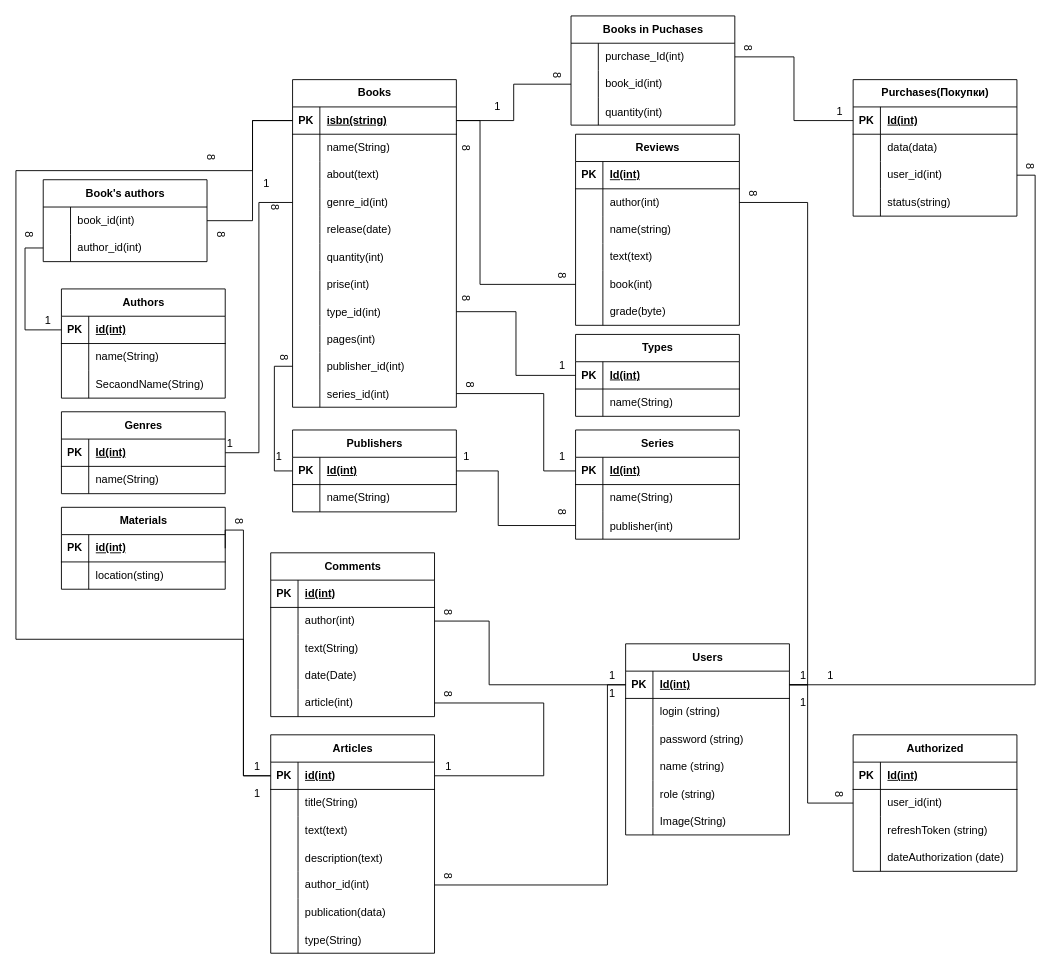
The draw.io diagram BooklandDB.drawio in Edinorozka/BooklandJava, before the edit. Source tidied: cells renumbered, new cells numbered last; positions are measured from the earlier drawing's top-left corner, leaving out a move shared by most shapes. Both pictures are drawn from the tidied source at 91%, with x=0, y=0 at pixel (15, 15).
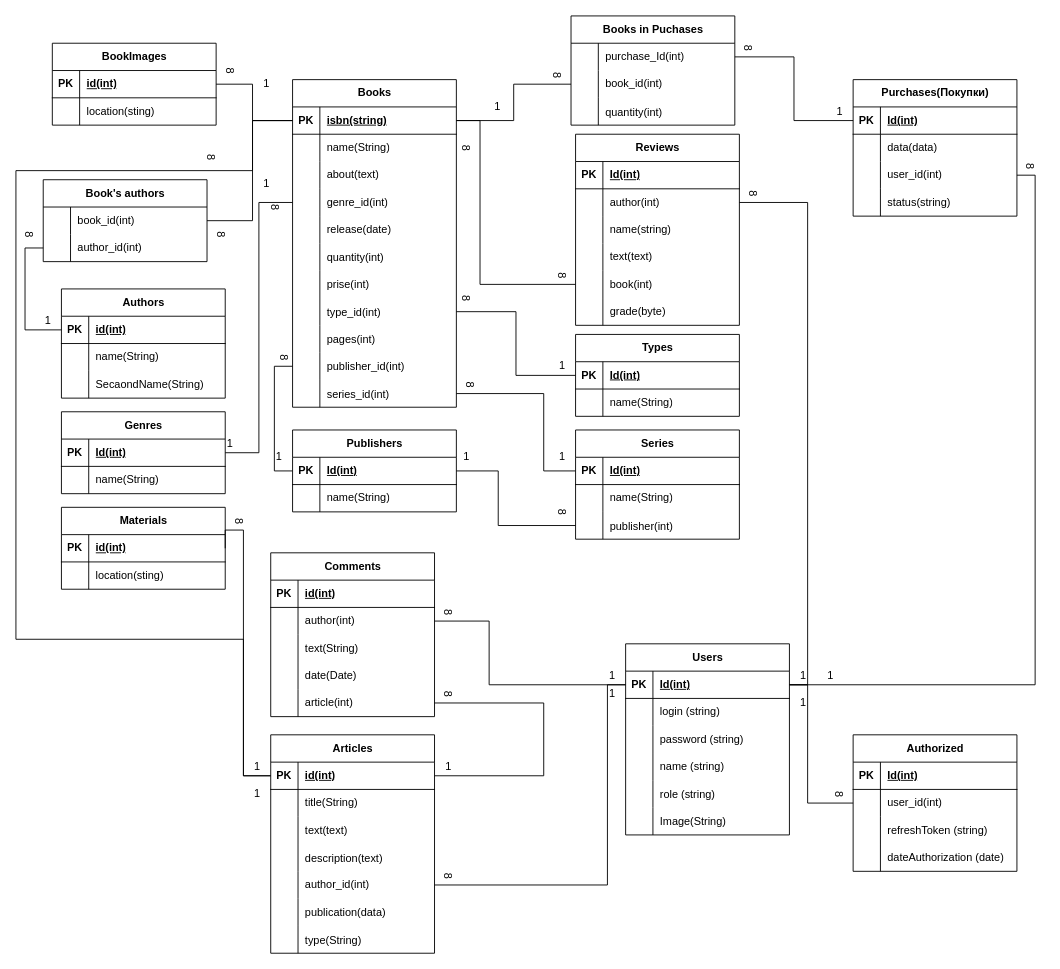
The same page after the edit.

The change refers to these unchanged cells:
```xml
<mxCell id="22" style="shape=tableRow;horizontal=0;startSize=0;swimlaneHead=0;swimlaneBody=0;fillColor=none;points=[[0,0.5],[1,0.5]];portConstraint=eastwest;top=0;left=0;right=0;bottom=1;" parent="21" vertex="1">
  <mxGeometry y="30" width="180" height="30" as="geometry" />
</mxCell>
```

What changed in the source:
```diff
@@
+    <mxCell id="257" value="&lt;div style=&quot;text-align: left;&quot;&gt;&lt;span style=&quot;white-space: pre-wrap;&quot;&gt;BookImages&lt;/span&gt;&lt;br&gt;&lt;/div&gt;" style="shape=table;startSize=30;childLayout=tableLayout;rowLines=0;fontStyle=1;align=center;html=1;" parent="1" vertex="1">
+      <mxGeometry x="40" y="30" width="180" height="90" as="geometry" />
+    </mxCell>
+    <mxCell id="258" style="shape=tableRow;horizontal=0;startSize=0;swimlaneHead=0;swimlaneBody=0;fillColor=none;points=[[0,0.5],[1,0.5]];portConstraint=eastwest;top=0;left=0;right=0;bottom=1;" parent="257" vertex="1">
+      <mxGeometry y="30" width="180" height="30" as="geometry" />
+    </mxCell>
+    <mxCell id="259" value="PK" style="shape=partialRectangle;fillColor=none;top=0;left=0;bottom=0;right=0;fontStyle=1;overflow=hidden;whiteSpace=wrap;html=1;" parent="258" vertex="1">
+      <mxGeometry width="30" height="30" as="geometry" />
+    </mxCell>
+    <mxCell id="260" value="id(int)" style="shape=partialRectangle;fillColor=none;top=0;left=0;bottom=0;right=0;align=left;spacingLeft=6;fontStyle=5;overflow=hidden;whiteSpace=wrap;html=1;" parent="258" vertex="1">
+      <mxGeometry x="30" width="150" height="30" as="geometry" />
+    </mxCell>
+    <mxCell id="261" style="shape=tableRow;horizontal=0;startSize=0;swimlaneHead=0;swimlaneBody=0;fillColor=none;top=0;left=0;right=0;bottom=0;" parent="257" vertex="1">
+      <mxGeometry y="60" width="180" height="30" as="geometry" />
+    </mxCell>
+    <mxCell id="262" style="shape=partialRectangle;fillColor=none;top=0;left=0;bottom=0;right=0;overflow=hidden;whiteSpace=wrap;html=1;" parent="261" vertex="1">
+      <mxGeometry width="30" height="30" as="geometry" />
+    </mxCell>
+    <mxCell id="263" value="location(sting)" style="shape=partialRectangle;fillColor=none;top=0;left=0;bottom=0;right=0;align=left;spacingLeft=6;overflow=hidden;whiteSpace=wrap;html=1;" parent="261" vertex="1">
+      <mxGeometry x="30" width="150" height="30" as="geometry" />
+    </mxCell>
+    <mxCell id="264" style="edgeStyle=orthogonalEdgeStyle;rounded=0;jettySize=auto;html=1;exitX=0;exitY=0.5;exitDx=0;exitDy=0;entryX=1;entryY=0.5;entryDx=0;entryDy=0;endArrow=none;startFill=0;" parent="1" edge="1" source="22" target="258">
+      <mxGeometry relative="1" as="geometry">
+        <Array as="points">
+          <mxPoint x="260" y="115" />
+          <mxPoint x="260" y="75" />
+        </Array>
+      </mxGeometry>
+    </mxCell>
+    <mxCell id="265" value="1" style="text;html=1;align=center;verticalAlign=middle;strokeColor=none;fillColor=none;" parent="1" vertex="1">
+      <mxGeometry x="260" y="60" width="30" height="30" as="geometry" />
+    </mxCell>
+    <mxCell id="266" value="8" style="text;html=1;align=center;verticalAlign=middle;strokeColor=none;fillColor=none;rotation=90;" parent="1" vertex="1">
+      <mxGeometry x="220" y="45" width="30" height="30" as="geometry" />
+    </mxCell>
```
